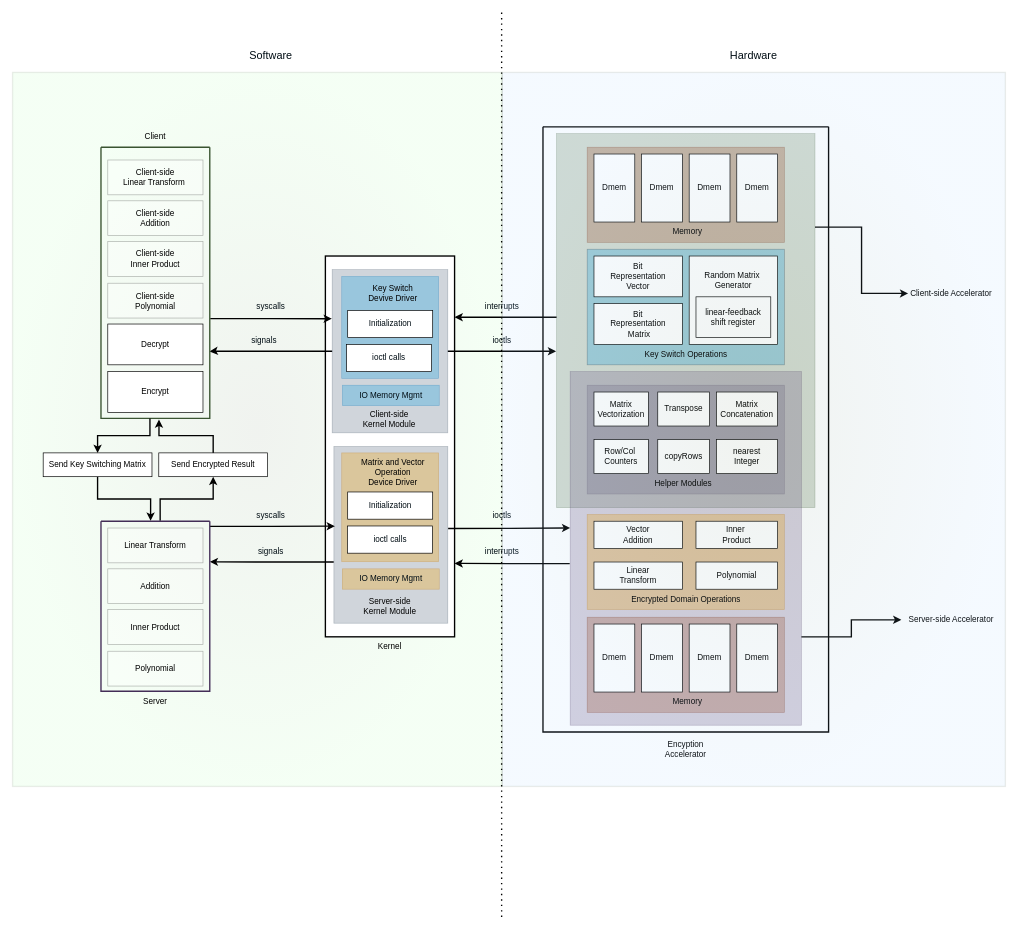
The draw.io diagram Design_Overview.drawio in helloworld1921/Fully_Homomorphic_Encryption_Accelerator, before the edit. Source tidied: cells renumbered, new cells numbered last; positions are measured from the earlier drawing's top-left corner, leaving out a move shared by most shapes. Both pictures are drawn from the tidied source at 68%, with x=0, y=0 at pixel (12, 12).
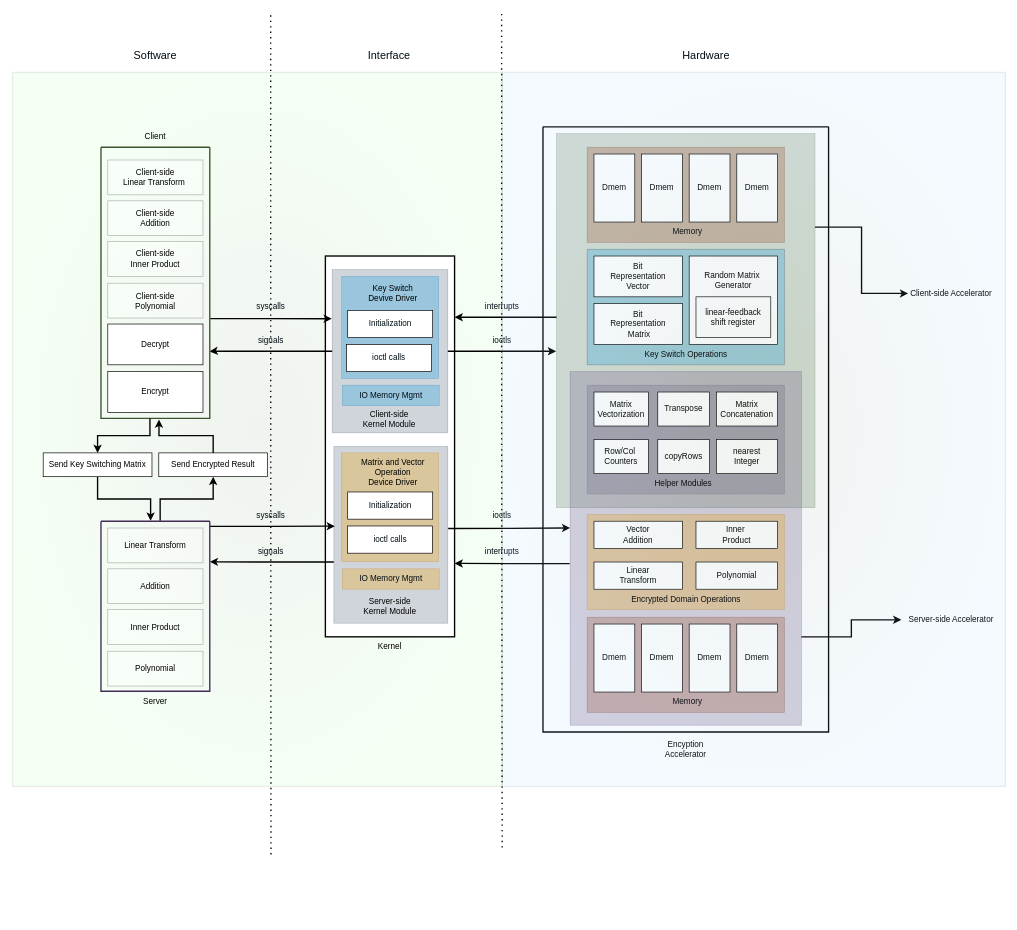
Above is the later version.

What changed in the source:
```diff
@@
     <mxCell id="90" value="signals" style="text;html=1;strokeColor=none;fillColor=none;align=center;verticalAlign=middle;whiteSpace=wrap;rounded=0;fontColor=#000D14;" parent="1" vertex="1">
-      <mxGeometry x="340" y="468" width="60" height="30" as="geometry" />
+      <mxGeometry x="350" y="468" width="60" height="30" as="geometry" />
     </mxCell>
@@
     <mxCell id="95" style="endArrow=none;dashed=1;html=1;dashPattern=1 3;strokeWidth=2;rounded=0;fontColor=#000D14;" parent="1" edge="1">
       <mxGeometry relative="1" as="geometry">
-        <mxPoint x="719.2" y="1330" as="sourcePoint" />
+        <mxPoint x="720" y="1228" as="sourcePoint" />
         <mxPoint x="719.2" as="targetPoint" />
         <Array as="points">
           <mxPoint x="719.2" y="560" />
         </Array>
       </mxGeometry>
     </mxCell>
@@
     <mxCell id="97" value="Software" style="text;html=1;strokeColor=none;fillColor=none;align=center;verticalAlign=middle;whiteSpace=wrap;rounded=0;fontColor=#000D14;opacity=10;strokeWidth=2;fontSize=16;" parent="1" vertex="1">
-      <mxGeometry x="350" y="48" width="60" height="30" as="geometry" />
+      <mxGeometry x="180" y="48" width="60" height="30" as="geometry" />
     </mxCell>
     <mxCell id="98" value="Hardware" style="text;html=1;strokeColor=none;fillColor=none;align=center;verticalAlign=middle;whiteSpace=wrap;rounded=0;fontColor=#000D14;opacity=10;strokeWidth=2;fontSize=16;" parent="1" vertex="1">
-      <mxGeometry x="1060" y="48" width="60" height="30" as="geometry" />
+      <mxGeometry x="990" y="48" width="60" height="30" as="geometry" />
     </mxCell>
+    <mxCell id="99" style="endArrow=none;dashed=1;html=1;dashPattern=1 3;strokeWidth=2;rounded=0;fontColor=#000D14;" parent="1" edge="1">
+      <mxGeometry relative="1" as="geometry">
+        <mxPoint x="380" y="1238" as="sourcePoint" />
+        <mxPoint x="379.6" as="targetPoint" />
+        <Array as="points">
+          <mxPoint x="379.6" y="560" />
+        </Array>
+      </mxGeometry>
+    </mxCell>
+    <mxCell id="100" value="Interface" style="text;html=1;strokeColor=none;fillColor=none;align=center;verticalAlign=middle;whiteSpace=wrap;rounded=0;fontColor=#000D14;opacity=10;strokeWidth=2;fontSize=16;" parent="1" vertex="1">
+      <mxGeometry x="523.8" y="48" width="60" height="30" as="geometry" />
+    </mxCell>
```
